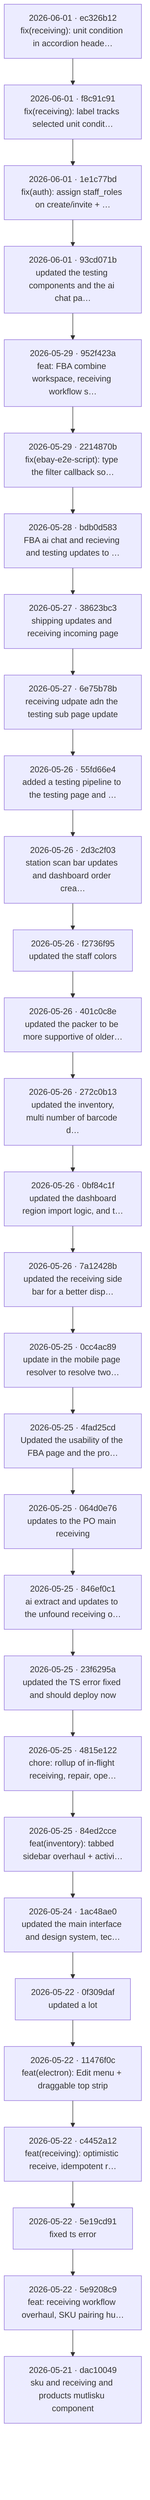
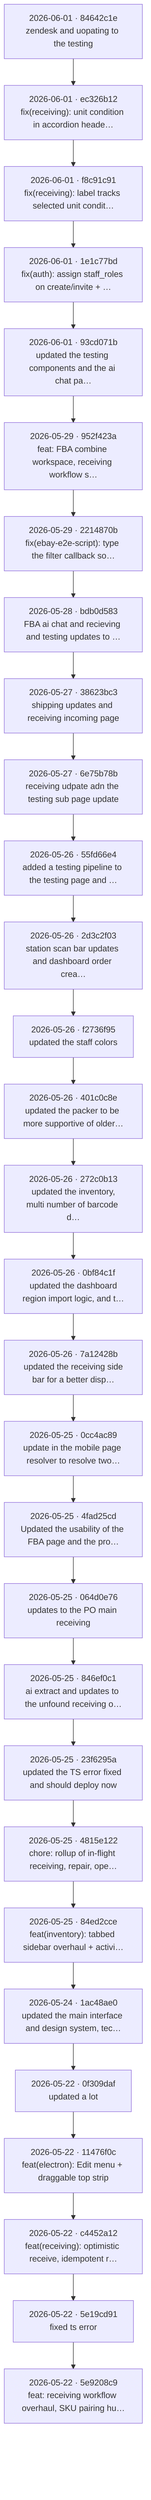
flowchart TB
-   c0["2026-06-01 · ec326b12<br/>fix(receiving): unit condition in accordion heade…"]
-   c1["2026-06-01 · f8c91c91<br/>fix(receiving): label tracks selected unit condit…"]
+   c0["2026-06-01 · 84642c1e<br/>zendesk and uopating to the testing"]
+   c1["2026-06-01 · ec326b12<br/>fix(receiving): unit condition in accordion heade…"]
  c0 --> c1
-   c2["2026-06-01 · 1e1c77bd<br/>fix(auth): assign staff_roles on create/invite + …"]
+   c2["2026-06-01 · f8c91c91<br/>fix(receiving): label tracks selected unit condit…"]
  c1 --> c2
-   c3["2026-06-01 · 93cd071b<br/>updated the testing components and the ai chat pa…"]
+   c3["2026-06-01 · 1e1c77bd<br/>fix(auth): assign staff_roles on create/invite + …"]
  c2 --> c3
-   c4["2026-05-29 · 952f423a<br/>feat: FBA combine workspace, receiving workflow s…"]
+   c4["2026-06-01 · 93cd071b<br/>updated the testing components and the ai chat pa…"]
  c3 --> c4
-   c5["2026-05-29 · 2214870b<br/>fix(ebay-e2e-script): type the filter callback so…"]
+   c5["2026-05-29 · 952f423a<br/>feat: FBA combine workspace, receiving workflow s…"]
  c4 --> c5
-   c6["2026-05-28 · bdb0d583<br/>FBA ai chat and recieving and testing updates to …"]
+   c6["2026-05-29 · 2214870b<br/>fix(ebay-e2e-script): type the filter callback so…"]
  c5 --> c6
-   c7["2026-05-27 · 38623bc3<br/>shipping updates and receiving incoming page"]
+   c7["2026-05-28 · bdb0d583<br/>FBA ai chat and recieving and testing updates to …"]
  c6 --> c7
-   c8["2026-05-27 · 6e75b78b<br/>receiving udpate adn the testing sub page update"]
+   c8["2026-05-27 · 38623bc3<br/>shipping updates and receiving incoming page"]
  c7 --> c8
-   c9["2026-05-26 · 55fd66e4<br/>added a testing pipeline to the testing page and …"]
+   c9["2026-05-27 · 6e75b78b<br/>receiving udpate adn the testing sub page update"]
  c8 --> c9
-   c10["2026-05-26 · 2d3c2f03<br/>station scan bar updates and dashboard order crea…"]
+   c10["2026-05-26 · 55fd66e4<br/>added a testing pipeline to the testing page and …"]
  c9 --> c10
-   c11["2026-05-26 · f2736f95<br/>updated the staff colors"]
+   c11["2026-05-26 · 2d3c2f03<br/>station scan bar updates and dashboard order crea…"]
  c10 --> c11
-   c12["2026-05-26 · 401c0c8e<br/>updated the packer to be more supportive of older…"]
+   c12["2026-05-26 · f2736f95<br/>updated the staff colors"]
  c11 --> c12
-   c13["2026-05-26 · 272c0b13<br/> updated the inventory, multi number of barcode d…"]
+   c13["2026-05-26 · 401c0c8e<br/>updated the packer to be more supportive of older…"]
  c12 --> c13
-   c14["2026-05-26 · 0bf84c1f<br/> updated the dashboard region import logic, and t…"]
+   c14["2026-05-26 · 272c0b13<br/> updated the inventory, multi number of barcode d…"]
  c13 --> c14
-   c15["2026-05-26 · 7a12428b<br/> updated the receiving side bar for a better disp…"]
+   c15["2026-05-26 · 0bf84c1f<br/> updated the dashboard region import logic, and t…"]
  c14 --> c15
-   c16["2026-05-25 · 0cc4ac89<br/>update in the mobile page resolver to resolve two…"]
+   c16["2026-05-26 · 7a12428b<br/> updated the receiving side bar for a better disp…"]
  c15 --> c16
-   c17["2026-05-25 · 4fad25cd<br/>Updated the usability of the FBA page and the pro…"]
+   c17["2026-05-25 · 0cc4ac89<br/>update in the mobile page resolver to resolve two…"]
  c16 --> c17
-   c18["2026-05-25 · 064d0e76<br/>updates to the PO main receiving"]
+   c18["2026-05-25 · 4fad25cd<br/>Updated the usability of the FBA page and the pro…"]
  c17 --> c18
-   c19["2026-05-25 · 846ef0c1<br/>ai extract and updates to the unfound receiving o…"]
+   c19["2026-05-25 · 064d0e76<br/>updates to the PO main receiving"]
  c18 --> c19
-   c20["2026-05-25 · 23f6295a<br/>updated the TS error fixed and should deploy now"]
+   c20["2026-05-25 · 846ef0c1<br/>ai extract and updates to the unfound receiving o…"]
  c19 --> c20
-   c21["2026-05-25 · 4815e122<br/>chore: rollup of in-flight receiving, repair, ope…"]
+   c21["2026-05-25 · 23f6295a<br/>updated the TS error fixed and should deploy now"]
  c20 --> c21
-   c22["2026-05-25 · 84ed2cce<br/>feat(inventory): tabbed sidebar overhaul + activi…"]
+   c22["2026-05-25 · 4815e122<br/>chore: rollup of in-flight receiving, repair, ope…"]
  c21 --> c22
-   c23["2026-05-24 · 1ac48ae0<br/>updated the main interface and design system, tec…"]
+   c23["2026-05-25 · 84ed2cce<br/>feat(inventory): tabbed sidebar overhaul + activi…"]
  c22 --> c23
-   c24["2026-05-22 · 0f309daf<br/>updated a lot"]
+   c24["2026-05-24 · 1ac48ae0<br/>updated the main interface and design system, tec…"]
  c23 --> c24
-   c25["2026-05-22 · 11476f0c<br/>feat(electron): Edit menu + draggable top strip"]
+   c25["2026-05-22 · 0f309daf<br/>updated a lot"]
  c24 --> c25
-   c26["2026-05-22 · c4452a12<br/>feat(receiving): optimistic receive, idempotent r…"]
+   c26["2026-05-22 · 11476f0c<br/>feat(electron): Edit menu + draggable top strip"]
  c25 --> c26
-   c27["2026-05-22 · 5e19cd91<br/>fixed ts error"]
+   c27["2026-05-22 · c4452a12<br/>feat(receiving): optimistic receive, idempotent r…"]
  c26 --> c27
-   c28["2026-05-22 · 5e9208c9<br/>feat: receiving workflow overhaul, SKU pairing hu…"]
+   c28["2026-05-22 · 5e19cd91<br/>fixed ts error"]
  c27 --> c28
-   c29["2026-05-21 · dac10049<br/>sku and receiving and products mutlisku component"]
+   c29["2026-05-22 · 5e9208c9<br/>feat: receiving workflow overhaul, SKU pairing hu…"]
  c28 --> c29